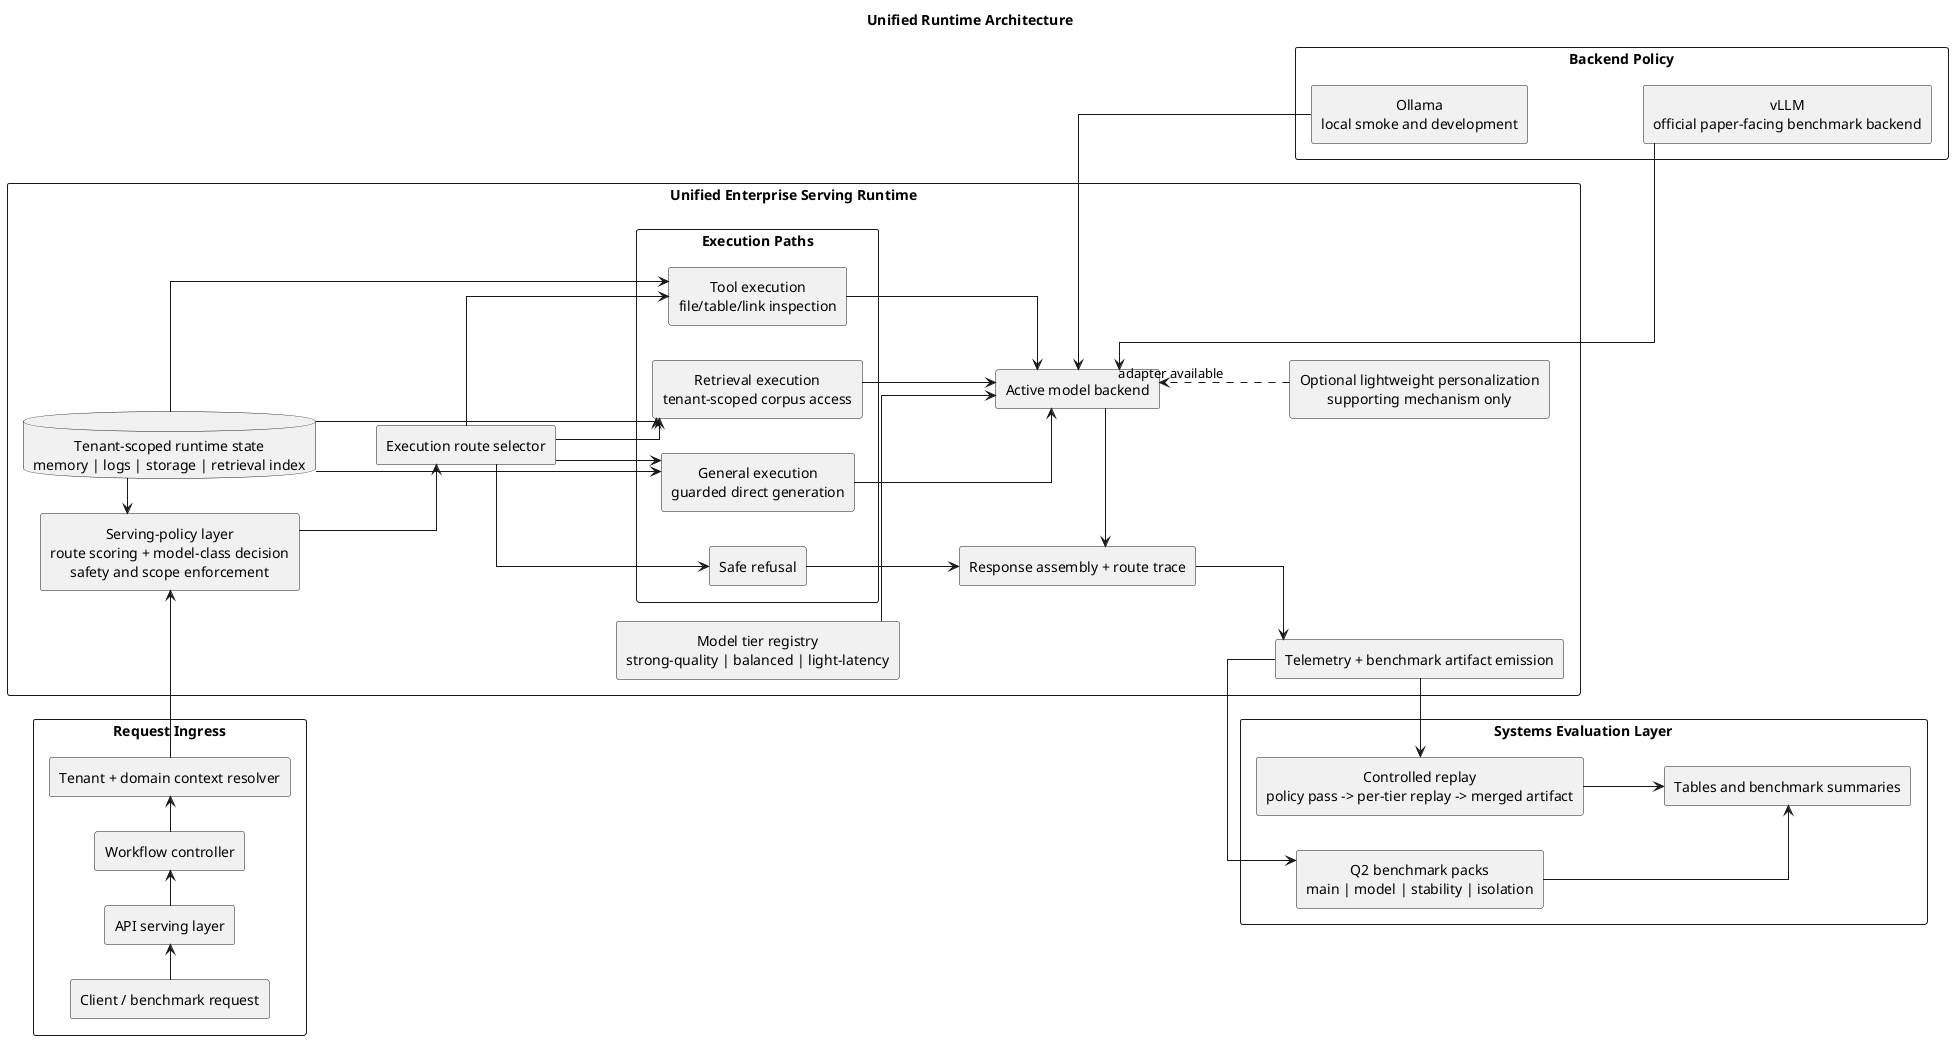
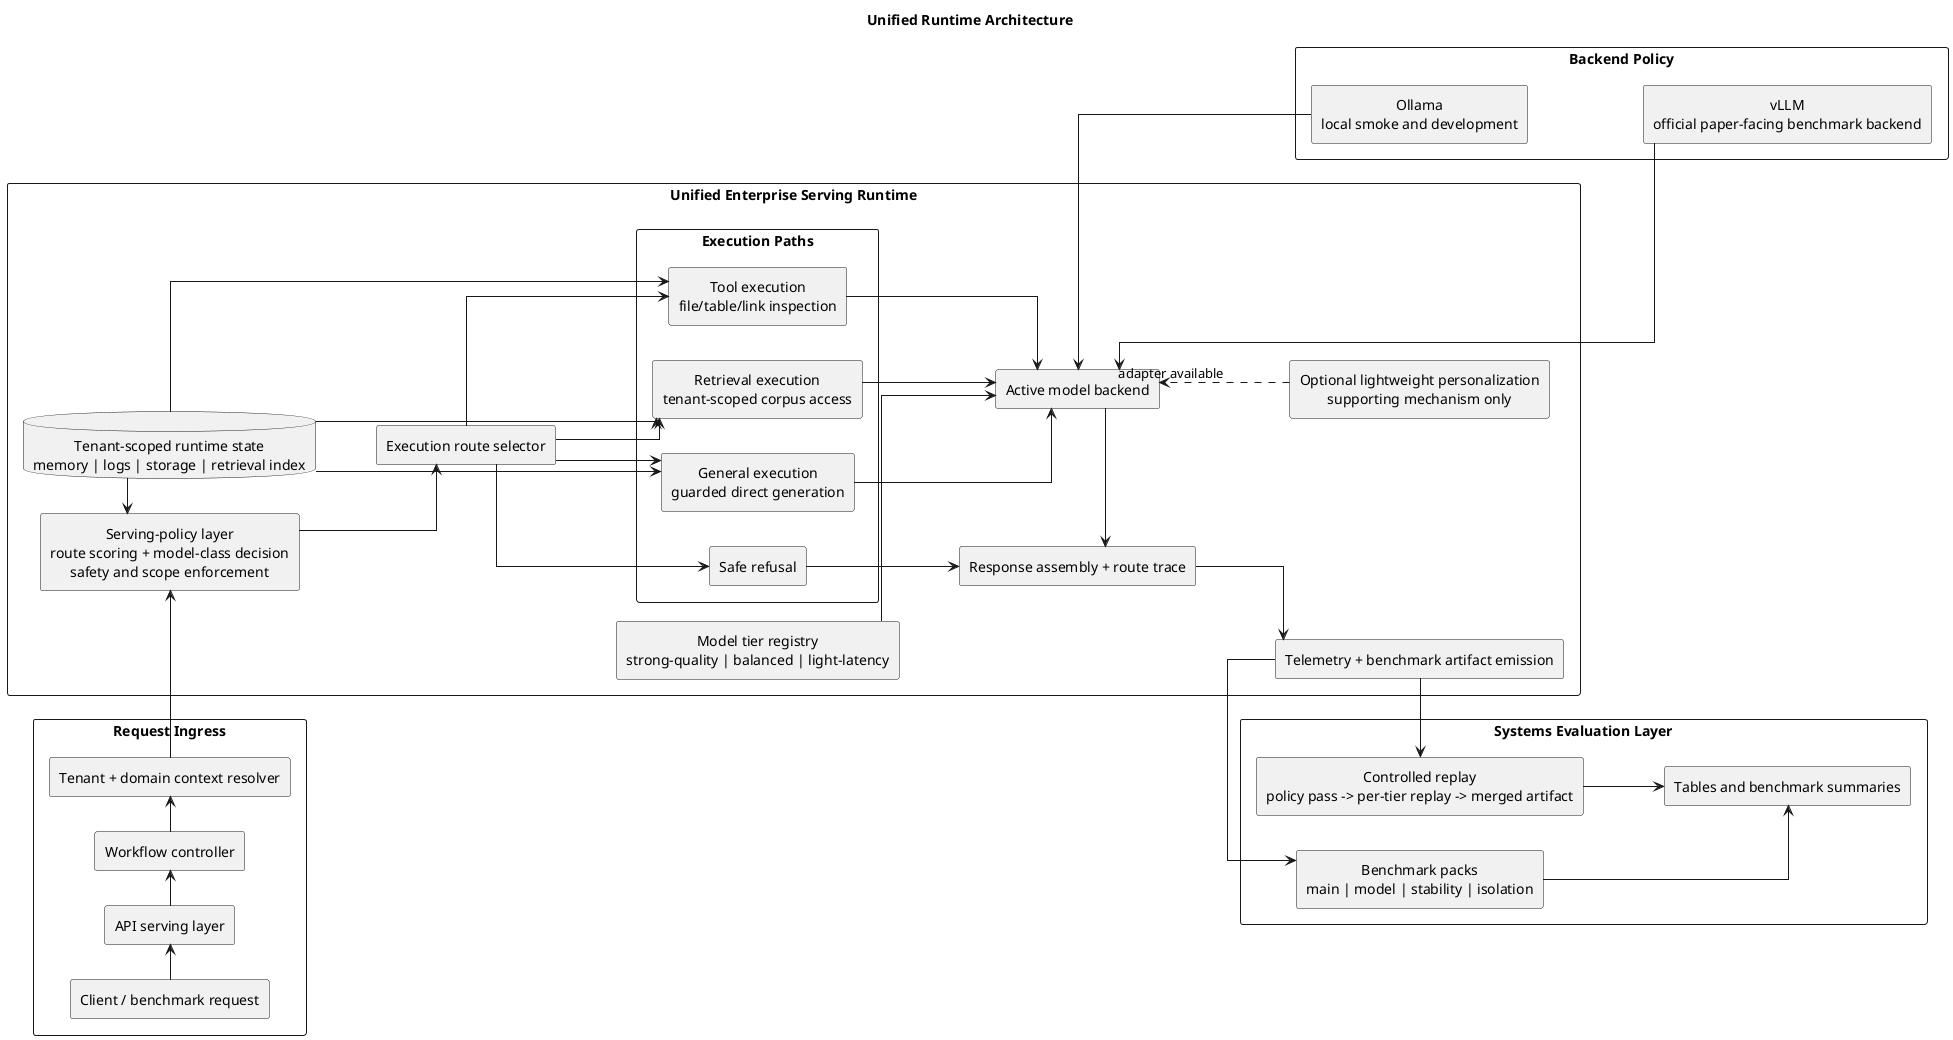
@startuml
left to right direction
skinparam linetype ortho
skinparam packageStyle rectangle
skinparam shadowing false
skinparam defaultTextAlignment center
skinparam componentStyle rectangle
skinparam packageTitleAlignment center

title Unified Runtime Architecture

package "Request Ingress" {
  rectangle "Client / benchmark request" as U
  rectangle "API serving layer" as API
  rectangle "Workflow controller" as CTRL
  rectangle "Tenant + domain context resolver" as TENANT

  U -right-> API
  API -right-> CTRL
  CTRL -right-> TENANT
}

package "Unified Enterprise Serving Runtime" {
  rectangle "Serving-policy layer\nroute scoring + model-class decision\nsafety and scope enforcement" as POLICY
  rectangle "Execution route selector" as EXEC

  package "Execution Paths" {
    rectangle "Retrieval execution\ntenant-scoped corpus access" as RET
    rectangle "Tool execution\nfile/table/link inspection" as TOOL
    rectangle "General execution\nguarded direct generation" as GEN
    rectangle "Safe refusal" as REF
  }

  rectangle "Active model backend" as BACKEND
  rectangle "Model tier registry\nstrong-quality | balanced | light-latency" as MODEL
  database "Tenant-scoped runtime state\nmemory | logs | storage | retrieval index" as STATE
  rectangle "Optional lightweight personalization\nsupporting mechanism only" as PERS
  rectangle "Response assembly + route trace" as TRACE
  rectangle "Telemetry + benchmark artifact emission" as OBS

  POLICY -down-> EXEC
  EXEC -down-> RET
  EXEC -down-> TOOL
  EXEC -down-> GEN
  EXEC -down-> REF

  STATE -right-> POLICY
  STATE -right-> RET
  STATE -right-> TOOL
  STATE -right-> GEN

  RET -down-> BACKEND
  TOOL -down-> BACKEND
  GEN -down-> BACKEND
  MODEL -down-> BACKEND
  PERS ..> BACKEND : adapter available

  BACKEND -right-> TRACE
  REF -right-> TRACE
  TRACE -down-> OBS

  RET -[hidden]right- TOOL
  TOOL -[hidden]right- GEN
  GEN -[hidden]right- REF
  POLICY -[hidden]left- STATE
  BACKEND -[hidden]right- PERS
}

package "Systems Evaluation Layer" {
-   rectangle "Q2 benchmark packs\nmain | model | stability | isolation" as PACK
+   rectangle "Benchmark packs\nmain | model | stability | isolation" as PACK
  rectangle "Controlled replay\npolicy pass -> per-tier replay -> merged artifact" as REPLAY
  rectangle "Tables and benchmark summaries" as TABLES

  PACK -down-> TABLES
  REPLAY -down-> TABLES
  PACK -[hidden]right- REPLAY
}

package "Backend Policy" {
  rectangle "Ollama\nlocal smoke and development" as DEV
  rectangle "vLLM\nofficial paper-facing benchmark backend" as VLLM

  DEV -[hidden]down- VLLM
}

TENANT -right-> POLICY
OBS -right-> PACK
OBS -right-> REPLAY
DEV -up-> BACKEND
VLLM -up-> BACKEND
TABLES -[hidden]left- OBS

@enduml
